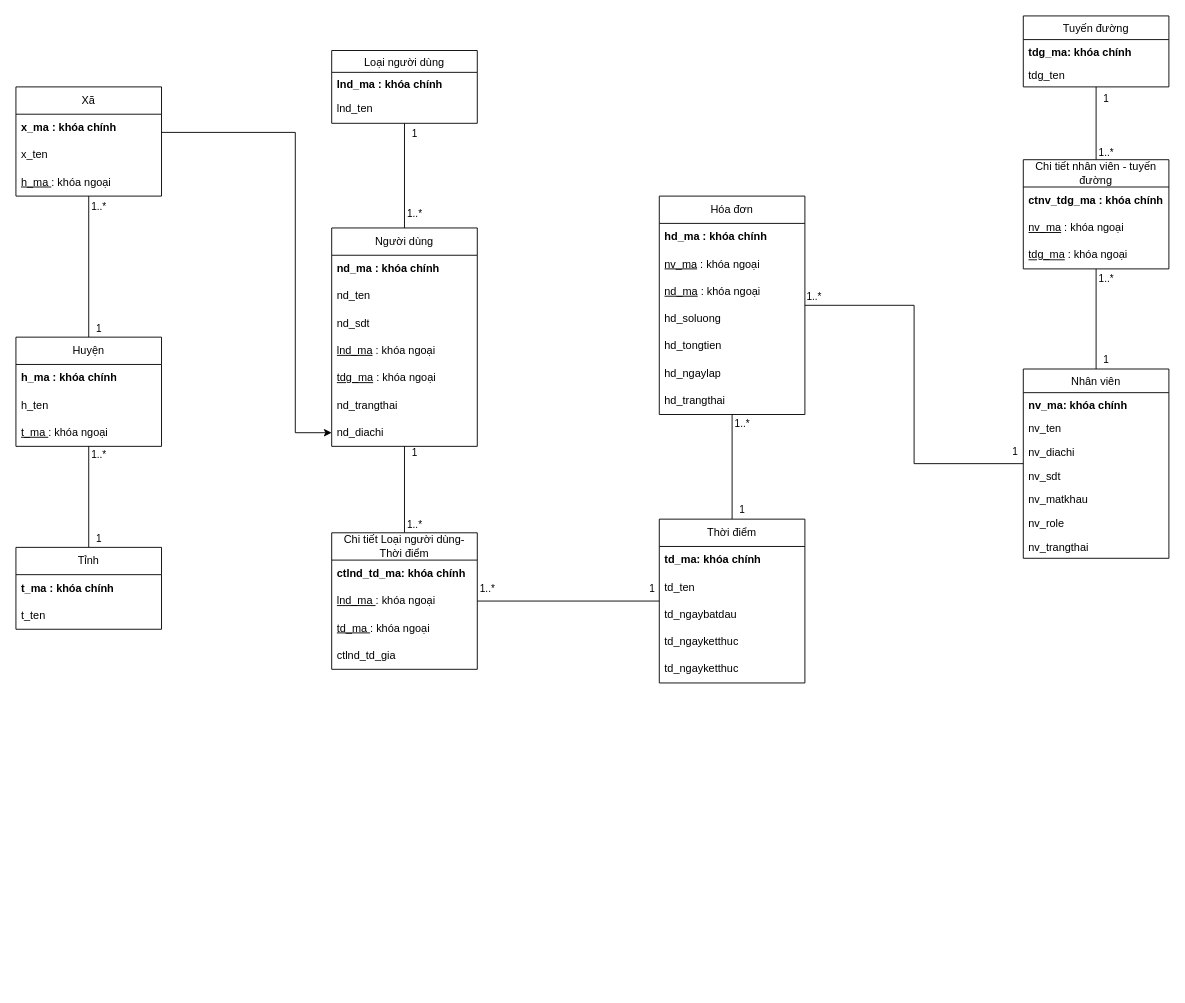
Above: Untitled Diagram.drawio in vinhb2012055/HTTT (draw.io), before the change. Source tidied: cells renumbered, new cells numbered last; positions are measured from the earlier drawing's top-left corner, leaving out a move shared by most shapes. Both pictures are drawn from the tidied source at 91%, with x=0, y=0 at pixel (15, 15).
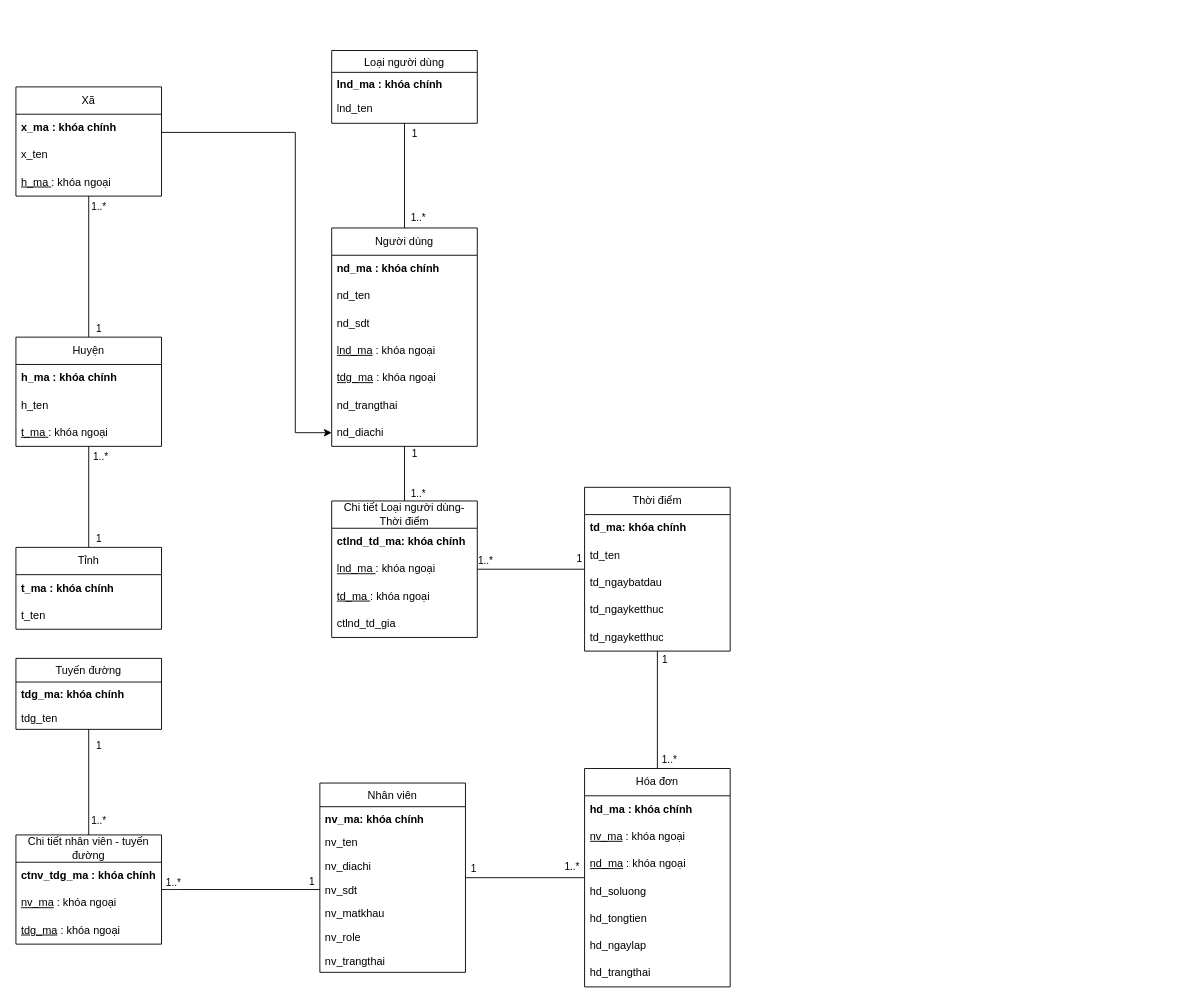
The same page after the edit.

Unchanged cells that the change refers to:
```xml
<mxCell id="2" style="edgeStyle=orthogonalEdgeStyle;rounded=0;jettySize=auto;html=1;exitX=0.5;exitY=1;exitDx=0;exitDy=0;entryX=0.5;entryY=0;entryDx=0;entryDy=0;endArrow=none;endFill=0;" parent="1" edge="1" source="5" target="63">
  <mxGeometry relative="1" as="geometry" />
</mxCell>
<mxCell id="14" style="edgeStyle=orthogonalEdgeStyle;rounded=0;jettySize=auto;html=1;endArrow=none;endFill=0;" parent="1" edge="1" source="17" target="78">
  <mxGeometry relative="1" as="geometry" />
</mxCell>
<mxCell id="21" value="nv_sdt" style="text;align=left;verticalAlign=top;spacingLeft=4;spacingRight=4;overflow=hidden;points=[[0,0.5],[1,0.5]];portConstraint=eastwest;rounded=0;shadow=0;html=0;" parent="17" vertex="1">
  <mxGeometry y="104" width="160" height="26" as="geometry" />
</mxCell>
<mxCell id="25" style="edgeStyle=orthogonalEdgeStyle;rounded=0;jettySize=auto;html=1;entryX=1;entryY=0.5;entryDx=0;entryDy=0;endArrow=none;endFill=0;" parent="1" edge="1" source="31" target="42">
  <mxGeometry relative="1" as="geometry" />
</mxCell>
<mxCell id="28" style="edgeStyle=orthogonalEdgeStyle;rounded=0;jettySize=auto;html=1;endArrow=none;endFill=0;" parent="1" edge="1" source="31" target="78">
  <mxGeometry relative="1" as="geometry" />
</mxCell>
<mxCell id="37" style="edgeStyle=orthogonalEdgeStyle;rounded=0;jettySize=auto;html=1;exitX=0.5;exitY=0;exitDx=0;exitDy=0;endArrow=none;endFill=0;" parent="1" edge="1" source="40" target="63">
  <mxGeometry relative="1" as="geometry" />
</mxCell>
<mxCell id="45" style="edgeStyle=orthogonalEdgeStyle;rounded=0;jettySize=auto;html=1;exitX=0.5;exitY=0;exitDx=0;exitDy=0;endArrow=none;endFill=0;" parent="1" edge="1" source="48" target="54">
  <mxGeometry relative="1" as="geometry" />
</mxCell>
```

What changed in the source:
```diff
@@
     <mxCell id="4" value="1..*" style="edgeLabel;html=1;align=center;verticalAlign=middle;" parent="2" vertex="1">
       <mxGeometry x="0.65" y="-1" relative="1" as="geometry">
-        <mxPoint x="11" y="4" as="offset" />
+        <mxPoint x="15" y="8" as="offset" />
       </mxGeometry>
     </mxCell>
@@
     <mxCell id="8" value="Tuyến đường" style="swimlane;fontStyle=0;align=center;verticalAlign=top;horizontal=1;startSize=26;rounded=0;shadow=0;strokeWidth=1;" parent="1" vertex="1">
-      <mxGeometry x="1107" width="160" height="78" as="geometry" />
+      <mxGeometry y="706" width="160" height="78" as="geometry" />
     </mxCell>
@@
-    <mxCell id="11" style="edgeStyle=orthogonalEdgeStyle;rounded=0;jettySize=auto;html=1;exitX=0.5;exitY=0;exitDx=0;exitDy=0;endArrow=none;endFill=0;" parent="1" edge="1" source="17" target="74">
-      <mxGeometry relative="1" as="geometry" />
-    </mxCell>
-    <mxCell id="12" value="1..*" style="edgeLabel;html=1;align=center;verticalAlign=middle;" parent="11" vertex="1">
-      <mxGeometry x="0.74" relative="1" as="geometry">
-        <mxPoint x="10" y="-4" as="offset" />
-      </mxGeometry>
-    </mxCell>
-    <mxCell id="13" value="1" style="edgeLabel;html=1;align=center;verticalAlign=middle;" parent="11" vertex="1">
-      <mxGeometry x="-0.7" y="-1" relative="1" as="geometry">
-        <mxPoint x="9" y="6" as="offset" />
-      </mxGeometry>
-    </mxCell>
@@
     <mxCell id="15" value="1..*" style="edgeLabel;html=1;align=center;verticalAlign=middle;" parent="14" vertex="1">
       <mxGeometry x="0.88" y="-4" relative="1" as="geometry">
-        <mxPoint x="-16" y="-6" as="offset" />
+        <mxPoint x="-7" y="-17" as="offset" />
       </mxGeometry>
     </mxCell>
     <mxCell id="16" value="1" style="edgeLabel;html=1;align=center;verticalAlign=middle;" parent="14" vertex="1">
       <mxGeometry x="-0.87" relative="1" as="geometry">
-        <mxPoint x="17" y="-14" as="offset" />
+        <mxPoint x="-1" y="-11" as="offset" />
       </mxGeometry>
     </mxCell>
     <mxCell id="17" value="Nhân viên&#10;" style="swimlane;fontStyle=0;align=center;verticalAlign=top;horizontal=1;startSize=26;rounded=0;shadow=0;strokeWidth=1;" parent="1" vertex="1">
-      <mxGeometry x="1107" y="388" width="160" height="208" as="geometry" />
+      <mxGeometry x="334" y="843" width="160" height="208" as="geometry" />
     </mxCell>
@@
     <mxCell id="26" value="1..*" style="edgeLabel;html=1;align=center;verticalAlign=middle;" parent="25" vertex="1">
       <mxGeometry x="0.81" y="2" relative="1" as="geometry">
-        <mxPoint x="-9" y="-17" as="offset" />
+        <mxPoint x="-2" y="-12" as="offset" />
       </mxGeometry>
     </mxCell>
     <mxCell id="27" value="1" style="edgeLabel;html=1;align=center;verticalAlign=middle;" parent="25" vertex="1">
       <mxGeometry x="-0.78" y="-4" relative="1" as="geometry">
-        <mxPoint x="13" y="-11" as="offset" />
+        <mxPoint x="7" y="-8" as="offset" />
       </mxGeometry>
     </mxCell>
@@
     <mxCell id="29" value="1" style="edgeLabel;html=1;align=center;verticalAlign=middle;" parent="28" vertex="1">
       <mxGeometry x="-0.64" y="3" relative="1" as="geometry">
-        <mxPoint x="13" y="10" as="offset" />
+        <mxPoint x="5" y="-14" as="offset" />
       </mxGeometry>
     </mxCell>
     <mxCell id="30" value="1..*" style="edgeLabel;html=1;align=center;verticalAlign=middle;" parent="28" vertex="1">
       <mxGeometry x="0.63" y="1" relative="1" as="geometry">
-        <mxPoint x="11" y="-12" as="offset" />
+        <mxPoint x="12" y="13" as="offset" />
       </mxGeometry>
     </mxCell>
     <mxCell id="31" value="Thời điểm" style="swimlane;fontStyle=0;horizontal=1;startSize=30;whiteSpace=wrap;html=1;" parent="1" vertex="1">
-      <mxGeometry x="707" y="553" width="160" height="180" as="geometry" />
+      <mxGeometry x="624.9" y="518" width="160" height="180" as="geometry" />
     </mxCell>
@@
     <mxCell id="38" value="1" style="edgeLabel;html=1;align=center;verticalAlign=middle;" parent="37" vertex="1">
       <mxGeometry x="0.73" y="-1" relative="1" as="geometry">
-        <mxPoint x="9" y="-7" as="offset" />
+        <mxPoint x="9" y="-1" as="offset" />
       </mxGeometry>
     </mxCell>
     <mxCell id="39" value="1..*" style="edgeLabel;html=1;align=center;verticalAlign=middle;" parent="37" vertex="1">
       <mxGeometry x="-0.65" y="-1" relative="1" as="geometry">
-        <mxPoint x="9" y="7" as="offset" />
+        <mxPoint x="13" y="2" as="offset" />
       </mxGeometry>
     </mxCell>
     <mxCell id="40" value="Chi tiết Loại người dùng- Thời điểm" style="swimlane;fontStyle=0;horizontal=1;startSize=30;whiteSpace=wrap;html=1;" parent="1" vertex="1">
-      <mxGeometry x="347" y="568" width="160" height="150" as="geometry" />
+      <mxGeometry x="347" y="533" width="160" height="150" as="geometry" />
     </mxCell>
@@
     <mxCell id="46" value="1..*" style="edgeLabel;html=1;align=center;verticalAlign=middle;" parent="45" vertex="1">
       <mxGeometry x="0.76" y="-1" relative="1" as="geometry">
-        <mxPoint x="9" y="-5" as="offset" />
+        <mxPoint x="11" y="-2" as="offset" />
       </mxGeometry>
     </mxCell>
@@
+    <mxCell id="86" style="edgeStyle=orthogonalEdgeStyle;rounded=0;jettySize=auto;html=1;entryX=0;entryY=0.5;entryDx=0;entryDy=0;endArrow=none;endFill=0;" parent="1" edge="1" source="74" target="21">
+      <mxGeometry relative="1" as="geometry" />
+    </mxCell>
+    <mxCell id="12" value="1..*" style="edgeLabel;html=1;align=center;verticalAlign=middle;" parent="86" vertex="1">
+      <mxGeometry x="-0.84" y="1" relative="1" as="geometry">
+        <mxPoint x="-2" y="-7" as="offset" />
+      </mxGeometry>
+    </mxCell>
+    <mxCell id="13" value="1" style="edgeLabel;html=1;align=center;verticalAlign=middle;" parent="86" vertex="1">
+      <mxGeometry x="0.87" y="1" relative="1" as="geometry">
+        <mxPoint x="1" y="-9" as="offset" />
+      </mxGeometry>
+    </mxCell>
     <mxCell id="74" value="Chi tiết nhân viên - tuyến đường" style="swimlane;fontStyle=0;horizontal=1;startSize=30;whiteSpace=wrap;html=1;" parent="1" vertex="1">
-      <mxGeometry x="1107" y="158" width="160" height="120" as="geometry" />
+      <mxGeometry y="900" width="160" height="120" as="geometry" />
     </mxCell>
@@
     <mxCell id="78" value="Hóa đơn" style="swimlane;fontStyle=0;horizontal=1;startSize=30;whiteSpace=wrap;html=1;" parent="1" vertex="1">
-      <mxGeometry x="707" y="198" width="160" height="240" as="geometry" />
+      <mxGeometry x="624.9" y="827" width="160" height="240" as="geometry" />
     </mxCell>
```
